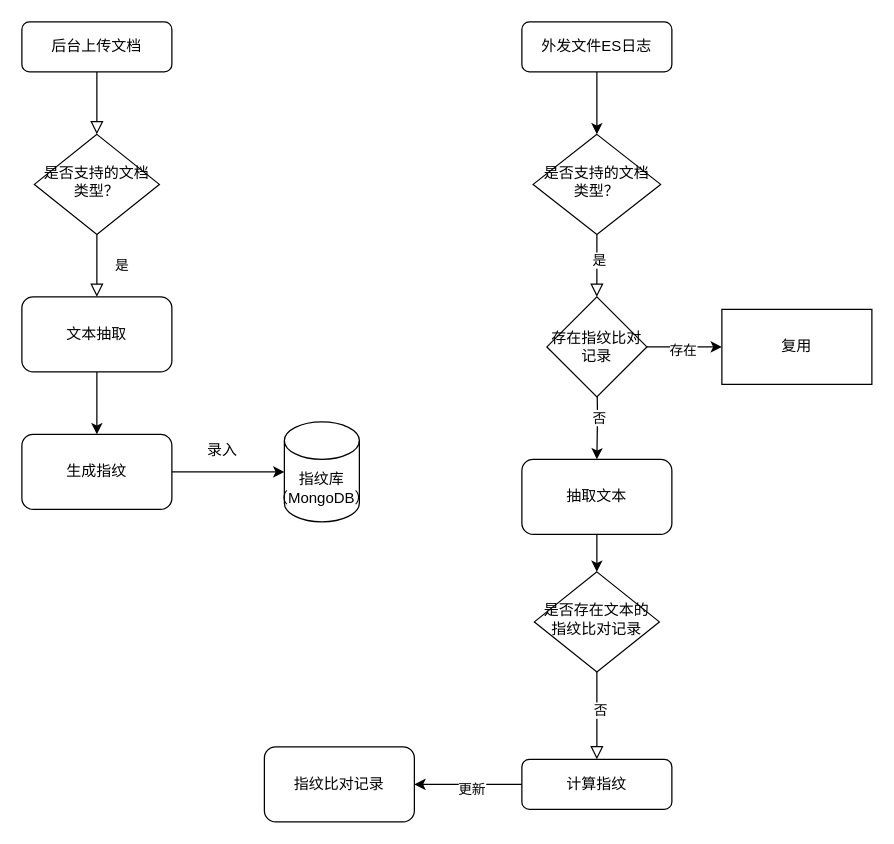
Above: 文档指纹.drawio in luxiao/drawio (draw.io), before the change. Source tidied: cells renumbered, new cells numbered last; positions are measured from the earlier drawing's top-left corner, leaving out a move shared by most shapes. Both pictures are drawn from the tidied source at 125%, with x=0, y=0 at pixel (21, 21).
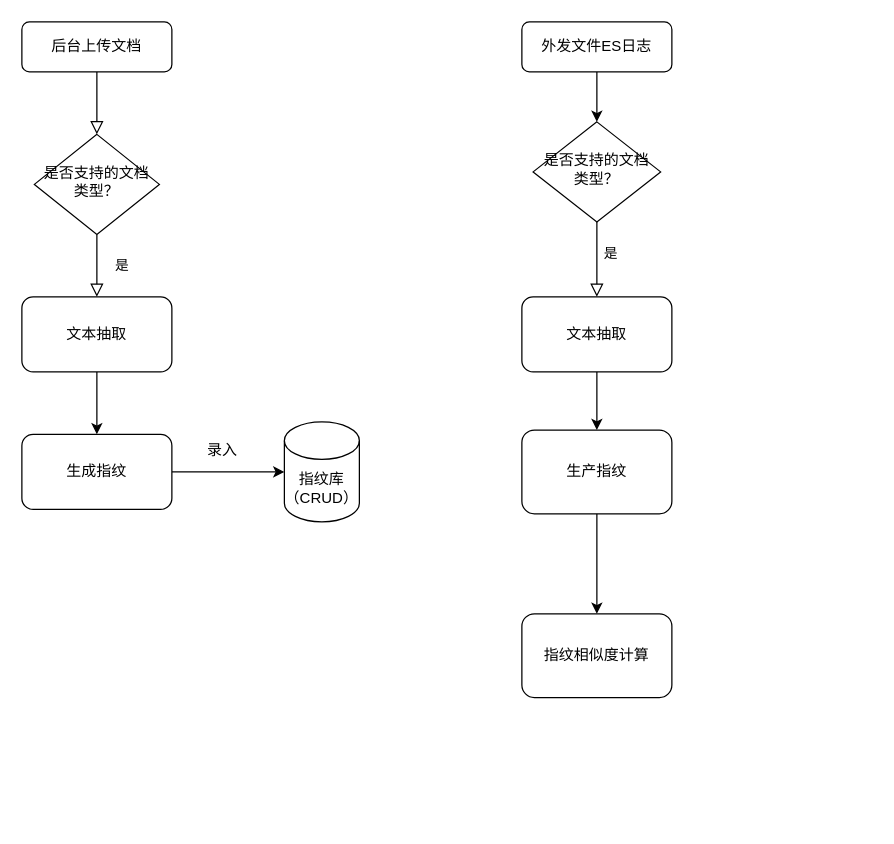
After the change.

Commit message:
更新文档指纹.drawio

What changed in the source:
```diff
@@
-    <mxCell id="6" style="rounded=0;html=1;jettySize=auto;fontSize=11;endArrow=block;endFill=0;endSize=8;strokeWidth=1;shadow=0;labelBackgroundColor=none;edgeStyle=orthogonalEdgeStyle;" parent="1" edge="1" source="8" target="9">
-      <mxGeometry x="0.34" y="20" relative="1" as="geometry" />
-    </mxCell>
-    <mxCell id="7" value="否" style="edgeLabel;html=1;align=center;verticalAlign=middle;" parent="6" vertex="1">
-      <mxGeometry x="-0.49" y="2" relative="1" as="geometry">
-        <mxPoint y="12" as="offset" />
-      </mxGeometry>
-    </mxCell>
-    <mxCell id="8" value="是否存在文本的指纹比对记录" style="rhombus;whiteSpace=wrap;html=1;shadow=0;fontFamily=Helvetica;fontSize=12;align=center;strokeWidth=1;spacing=6;spacingTop=-4;" parent="1" vertex="1">
-      <mxGeometry x="410" y="440" width="100" height="80" as="geometry" />
-    </mxCell>
+    <mxCell id="32" style="edgeStyle=orthogonalEdgeStyle;rounded=0;jettySize=auto;html=1;" parent="1" edge="1" source="9" target="35">
+      <mxGeometry relative="1" as="geometry" />
+    </mxCell>
-    <mxCell id="9" value="计算指纹" style="rounded=1;whiteSpace=wrap;html=1;fontSize=12;glass=0;strokeWidth=1;shadow=0;" parent="1" vertex="1">
-      <mxGeometry x="400" y="590" width="120" height="40" as="geometry" />
+    <mxCell id="9" value="生产指纹" style="rounded=1;whiteSpace=wrap;html=1;fontSize=12;glass=0;strokeWidth=1;shadow=0;" parent="1" vertex="1">
+      <mxGeometry x="400" y="326.5" width="120" height="67" as="geometry" />
     </mxCell>
@@
-    <mxCell id="13" style="edgeStyle=orthogonalEdgeStyle;rounded=0;jettySize=auto;html=1;exitX=0;exitY=0.5;exitDx=0;exitDy=0;" parent="1" edge="1" source="9" target="30">
-      <mxGeometry relative="1" as="geometry" />
-    </mxCell>
-    <mxCell id="14" value="更新" style="edgeLabel;html=1;align=center;verticalAlign=middle;" parent="13" vertex="1">
-      <mxGeometry x="-0.05" y="3" relative="1" as="geometry" />
-    </mxCell>
@@
-    <mxCell id="18" value="指纹库（MongoDB）" style="shape=cylinder3;whiteSpace=wrap;html=1;boundedLbl=1;backgroundOutline=1;size=15;" parent="1" vertex="1">
+    <mxCell id="18" value="指纹库（CRUD）" style="shape=cylinder3;whiteSpace=wrap;html=1;boundedLbl=1;backgroundOutline=1;size=15;" parent="1" vertex="1">
       <mxGeometry x="210" y="320" width="60" height="80" as="geometry" />
     </mxCell>
-    <mxCell id="19" style="rounded=0;html=1;jettySize=auto;fontSize=11;endArrow=block;endFill=0;endSize=8;strokeWidth=1;shadow=0;labelBackgroundColor=none;edgeStyle=orthogonalEdgeStyle;entryX=0.5;entryY=0;entryDx=0;entryDy=0;" parent="1" edge="1" source="21">
-      <mxGeometry y="20" relative="1" as="geometry">
-        <mxPoint x="460" y="220" as="targetPoint" />
-      </mxGeometry>
+    <mxCell id="19" style="rounded=0;html=1;jettySize=auto;fontSize=11;endArrow=block;endFill=0;endSize=8;strokeWidth=1;shadow=0;labelBackgroundColor=none;edgeStyle=orthogonalEdgeStyle;entryX=0.5;entryY=0;entryDx=0;entryDy=0;" parent="1" edge="1" source="21" target="34">
+      <mxGeometry y="20" relative="1" as="geometry" />
     </mxCell>
     <mxCell id="20" value="是" style="edgeLabel;html=1;align=center;verticalAlign=middle;" parent="19" vertex="1">
-      <mxGeometry x="-0.21" y="1" relative="1" as="geometry" />
+      <mxGeometry x="-0.21" y="1" relative="1" as="geometry">
+        <mxPoint x="9" as="offset" />
+      </mxGeometry>
     </mxCell>
     <mxCell id="21" value="是否支持的文档类型？" style="rhombus;whiteSpace=wrap;html=1;shadow=0;fontFamily=Helvetica;fontSize=12;align=center;strokeWidth=1;spacing=6;spacingTop=-4;" parent="1" vertex="1">
-      <mxGeometry x="409" y="90" width="102" height="80" as="geometry" />
+      <mxGeometry x="409" y="80" width="102" height="80" as="geometry" />
     </mxCell>
-    <mxCell id="22" style="edgeStyle=orthogonalEdgeStyle;rounded=0;jettySize=auto;html=1;" parent="1" edge="1" target="25">
-      <mxGeometry relative="1" as="geometry">
-        <mxPoint x="460" y="280" as="sourcePoint" />
-      </mxGeometry>
-    </mxCell>
-    <mxCell id="23" value="否" style="edgeLabel;html=1;align=center;verticalAlign=middle;" parent="22" vertex="1">
-      <mxGeometry x="0.06" y="1" relative="1" as="geometry" />
-    </mxCell>
-    <mxCell id="24" style="edgeStyle=orthogonalEdgeStyle;rounded=0;jettySize=auto;html=1;" parent="1" edge="1" source="25" target="8">
-      <mxGeometry relative="1" as="geometry" />
-    </mxCell>
-    <mxCell id="25" value="抽取文本" style="rounded=1;whiteSpace=wrap;html=1;" parent="1" vertex="1">
-      <mxGeometry x="400" y="350" width="120" height="60" as="geometry" />
-    </mxCell>
@@
-    <mxCell id="27" style="edgeStyle=orthogonalEdgeStyle;rounded=0;jettySize=auto;html=1;" parent="1" edge="1" source="29" target="31">
-      <mxGeometry relative="1" as="geometry" />
-    </mxCell>
-    <mxCell id="28" value="存在" style="edgeLabel;html=1;align=center;verticalAlign=middle;" parent="27" vertex="1">
-      <mxGeometry x="-0.07" y="-2" relative="1" as="geometry" />
-    </mxCell>
-    <mxCell id="29" value="存在指纹比对记录" style="rhombus;whiteSpace=wrap;html=1;" parent="1" vertex="1">
-      <mxGeometry x="420" y="220" width="80" height="80" as="geometry" />
-    </mxCell>
-    <mxCell id="30" value="指纹比对记录" style="rounded=1;whiteSpace=wrap;html=1;" parent="1" vertex="1">
-      <mxGeometry x="194" y="580" width="120" height="60" as="geometry" />
-    </mxCell>
-    <mxCell id="31" value="复用" style="whiteSpace=wrap;html=1;" parent="1" vertex="1">
-      <mxGeometry x="560" y="230" width="120" height="60" as="geometry" />
-    </mxCell>
+    <mxCell id="33" style="edgeStyle=orthogonalEdgeStyle;rounded=0;jettySize=auto;html=1;" parent="1" edge="1" source="34" target="9">
+      <mxGeometry relative="1" as="geometry" />
+    </mxCell>
+    <mxCell id="34" value="文本抽取" style="rounded=1;whiteSpace=wrap;html=1;" parent="1" vertex="1">
+      <mxGeometry x="400" y="220" width="120" height="60" as="geometry" />
+    </mxCell>
+    <mxCell id="35" value="指纹相似度计算" style="rounded=1;whiteSpace=wrap;html=1;fontSize=12;glass=0;strokeWidth=1;shadow=0;" parent="1" vertex="1">
+      <mxGeometry x="400" y="473.5" width="120" height="67" as="geometry" />
+    </mxCell>
```
